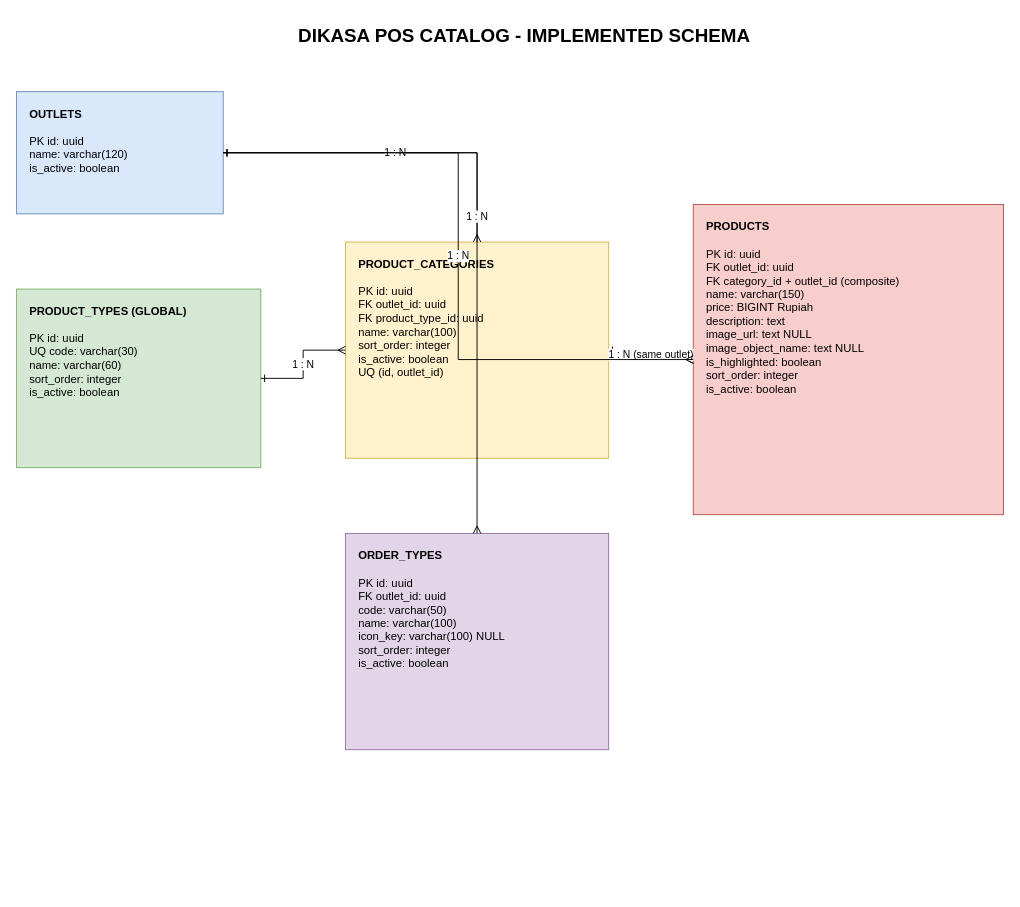
Earlier version of the draw.io diagram page "Katalog-POS" (2 of 3) of docs/architecture/DIKASA.drawio (DIKASA-COMPANY/be-dikasa). Source tidied: cells renumbered, new cells numbered last; positions are measured from the earlier drawing's top-left corner, leaving out a move shared by most shapes. Both pictures are drawn from the tidied source at 94%, with x=0, y=0 at pixel (16, 16).
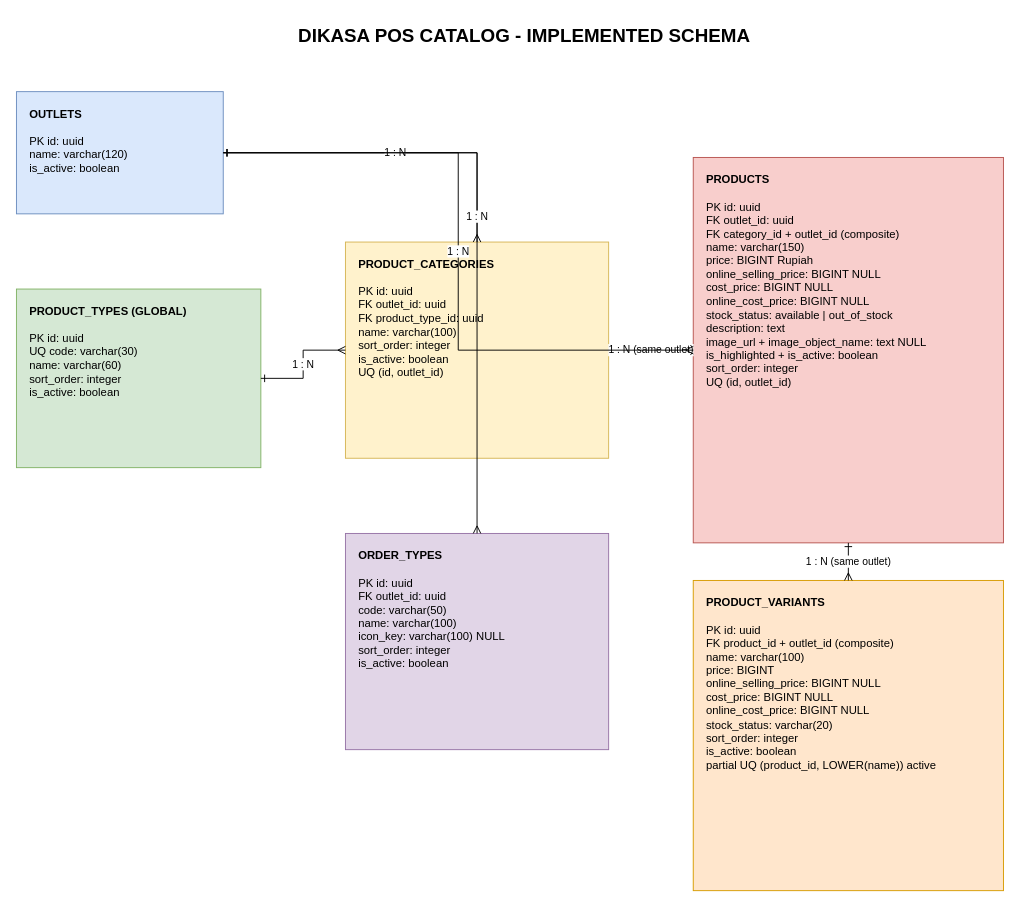
The same diagram, later.

Diff of the diagram source:
```diff
@@
 <mxGraphModel>
   <root>
     <mxCell id="0" />
     <mxCell id="1" parent="0" />
     <mxCell id="2" value="DIKASA POS CATALOG - IMPLEMENTED SCHEMA" style="text;html=1;align=center;verticalAlign=middle;fontSize=20;fontStyle=1;" parent="1" vertex="1">
       <mxGeometry x="240" width="600" height="40" as="geometry" />
     </mxCell>
     <mxCell id="3" value="&lt;b&gt;OUTLETS&lt;/b&gt;&lt;br&gt;&lt;br&gt;PK id: uuid&lt;br&gt;name: varchar(120)&lt;br&gt;is_active: boolean" style="rounded=0;whiteSpace=wrap;html=1;align=left;verticalAlign=top;spacingLeft=12;spacingTop=10;fillColor=#dae8fc;strokeColor=#6c8ebf;" parent="1" vertex="1">
       <mxGeometry y="80" width="220" height="130" as="geometry" />
     </mxCell>
     <mxCell id="4" value="&lt;b&gt;PRODUCT_TYPES (GLOBAL)&lt;/b&gt;&lt;br&gt;&lt;br&gt;PK id: uuid&lt;br&gt;UQ code: varchar(30)&lt;br&gt;name: varchar(60)&lt;br&gt;sort_order: integer&lt;br&gt;is_active: boolean" style="rounded=0;whiteSpace=wrap;html=1;align=left;verticalAlign=top;spacingLeft=12;spacingTop=10;fillColor=#d5e8d4;strokeColor=#82b366;" parent="1" vertex="1">
       <mxGeometry y="290" width="260" height="190" as="geometry" />
     </mxCell>
     <mxCell id="5" value="&lt;b&gt;PRODUCT_CATEGORIES&lt;/b&gt;&lt;br&gt;&lt;br&gt;PK id: uuid&lt;br&gt;FK outlet_id: uuid&lt;br&gt;FK product_type_id: uuid&lt;br&gt;name: varchar(100)&lt;br&gt;sort_order: integer&lt;br&gt;is_active: boolean&lt;br&gt;UQ (id, outlet_id)" style="rounded=0;whiteSpace=wrap;html=1;align=left;verticalAlign=top;spacingLeft=12;spacingTop=10;fillColor=#fff2cc;strokeColor=#d6b656;" parent="1" vertex="1">
       <mxGeometry x="350" y="240" width="280" height="230" as="geometry" />
     </mxCell>
-    <mxCell id="6" value="&lt;b&gt;PRODUCTS&lt;/b&gt;&lt;br&gt;&lt;br&gt;PK id: uuid&lt;br&gt;FK outlet_id: uuid&lt;br&gt;FK category_id + outlet_id (composite)&lt;br&gt;name: varchar(150)&lt;br&gt;price: BIGINT Rupiah&lt;br&gt;description: text&lt;br&gt;image_url: text NULL&lt;br&gt;image_object_name: text NULL&lt;br&gt;is_highlighted: boolean&lt;br&gt;sort_order: integer&lt;br&gt;is_active: boolean" style="rounded=0;whiteSpace=wrap;html=1;align=left;verticalAlign=top;spacingLeft=12;spacingTop=10;fillColor=#f8cecc;strokeColor=#b85450;" parent="1" vertex="1">
-      <mxGeometry x="720" y="200" width="330" height="330" as="geometry" />
+    <mxCell id="6" value="&lt;b&gt;PRODUCTS&lt;/b&gt;&lt;br&gt;&lt;br&gt;PK id: uuid&lt;br&gt;FK outlet_id: uuid&lt;br&gt;FK category_id + outlet_id (composite)&lt;br&gt;name: varchar(150)&lt;br&gt;price: BIGINT Rupiah&lt;br&gt;online_selling_price: BIGINT NULL&lt;br&gt;cost_price: BIGINT NULL&lt;br&gt;online_cost_price: BIGINT NULL&lt;br&gt;stock_status: available | out_of_stock&lt;br&gt;description: text&lt;br&gt;image_url + image_object_name: text NULL&lt;br&gt;is_highlighted + is_active: boolean&lt;br&gt;sort_order: integer&lt;br&gt;UQ (id, outlet_id)" style="rounded=0;whiteSpace=wrap;html=1;align=left;verticalAlign=top;spacingLeft=12;spacingTop=10;fillColor=#f8cecc;strokeColor=#b85450;" parent="1" vertex="1">
+      <mxGeometry x="720" y="150" width="330" height="410" as="geometry" />
     </mxCell>
+    <mxCell id="13" value="&lt;b&gt;PRODUCT_VARIANTS&lt;/b&gt;&lt;br&gt;&lt;br&gt;PK id: uuid&lt;br&gt;FK product_id + outlet_id (composite)&lt;br&gt;name: varchar(100)&lt;br&gt;price: BIGINT&lt;br&gt;online_selling_price: BIGINT NULL&lt;br&gt;cost_price: BIGINT NULL&lt;br&gt;online_cost_price: BIGINT NULL&lt;br&gt;stock_status: varchar(20)&lt;br&gt;sort_order: integer&lt;br&gt;is_active: boolean&lt;br&gt;partial UQ (product_id, LOWER(name)) active" style="rounded=0;whiteSpace=wrap;html=1;align=left;verticalAlign=top;spacingLeft=12;spacingTop=10;fillColor=#ffe6cc;strokeColor=#d79b00;" parent="1" vertex="1">
+      <mxGeometry x="720" y="600" width="330" height="330" as="geometry" />
+    </mxCell>
     <mxCell id="7" value="&lt;b&gt;ORDER_TYPES&lt;/b&gt;&lt;br&gt;&lt;br&gt;PK id: uuid&lt;br&gt;FK outlet_id: uuid&lt;br&gt;code: varchar(50)&lt;br&gt;name: varchar(100)&lt;br&gt;icon_key: varchar(100) NULL&lt;br&gt;sort_order: integer&lt;br&gt;is_active: boolean" style="rounded=0;whiteSpace=wrap;html=1;align=left;verticalAlign=top;spacingLeft=12;spacingTop=10;fillColor=#e1d5e7;strokeColor=#9673a6;" parent="1" vertex="1">
       <mxGeometry x="350" y="550" width="280" height="230" as="geometry" />
     </mxCell>
     <mxCell id="8" value="1 : N" style="edgeStyle=orthogonalEdgeStyle;rounded=0;html=1;endArrow=ERmany;startArrow=ERone;" parent="1" edge="1" source="3" target="5">
       <mxGeometry relative="1" as="geometry" />
     </mxCell>
     <mxCell id="9" value="1 : N" style="edgeStyle=orthogonalEdgeStyle;rounded=0;html=1;endArrow=ERmany;startArrow=ERone;" parent="1" edge="1" source="4" target="5">
       <mxGeometry relative="1" as="geometry" />
     </mxCell>
     <mxCell id="10" value="1 : N (same outlet)" style="edgeStyle=orthogonalEdgeStyle;rounded=0;html=1;endArrow=ERmany;startArrow=ERone;" parent="1" edge="1" source="5" target="6">
       <mxGeometry relative="1" as="geometry" />
     </mxCell>
     <mxCell id="11" value="1 : N" style="edgeStyle=orthogonalEdgeStyle;rounded=0;html=1;endArrow=ERmany;startArrow=ERone;" parent="1" edge="1" source="3" target="6">
       <mxGeometry relative="1" as="geometry" />
     </mxCell>
     <mxCell id="12" value="1 : N" style="edgeStyle=orthogonalEdgeStyle;rounded=0;html=1;endArrow=ERmany;startArrow=ERone;" parent="1" edge="1" source="3" target="7">
       <mxGeometry relative="1" as="geometry" />
     </mxCell>
+    <mxCell id="14" value="1 : N (same outlet)" style="edgeStyle=orthogonalEdgeStyle;rounded=0;html=1;endArrow=ERmany;startArrow=ERone;" parent="1" edge="1" source="6" target="13">
+      <mxGeometry relative="1" as="geometry" />
+    </mxCell>
   </root>
 </mxGraphModel>
```
